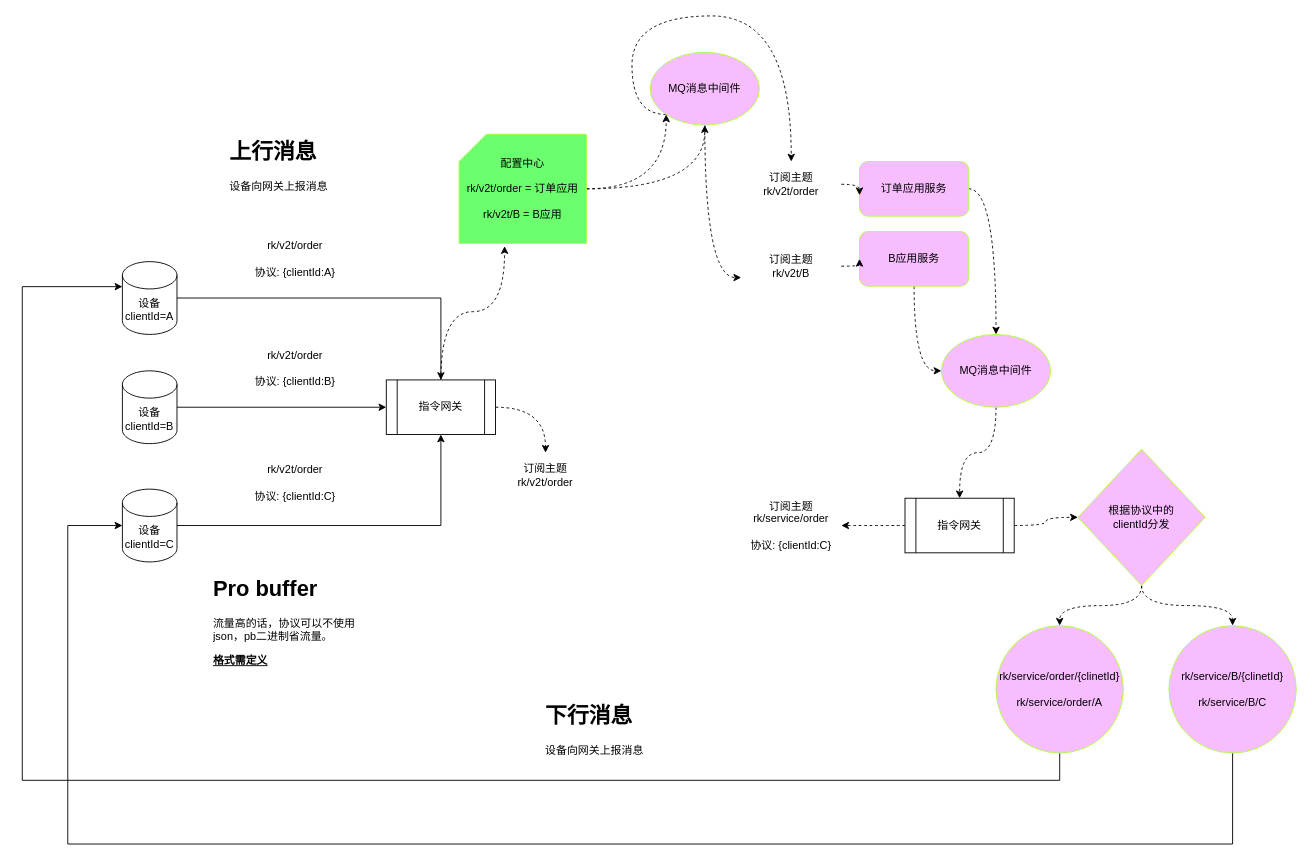
Earlier version of the draw.io diagram Untitled Diagram.drawio (yyyybo/diagrams). Source tidied: cells renumbered, new cells numbered last; positions are measured from the earlier drawing's top-left corner, leaving out a move shared by most shapes. Both pictures are drawn from the tidied source at 91%, with x=0, y=0 at pixel (22, 15).
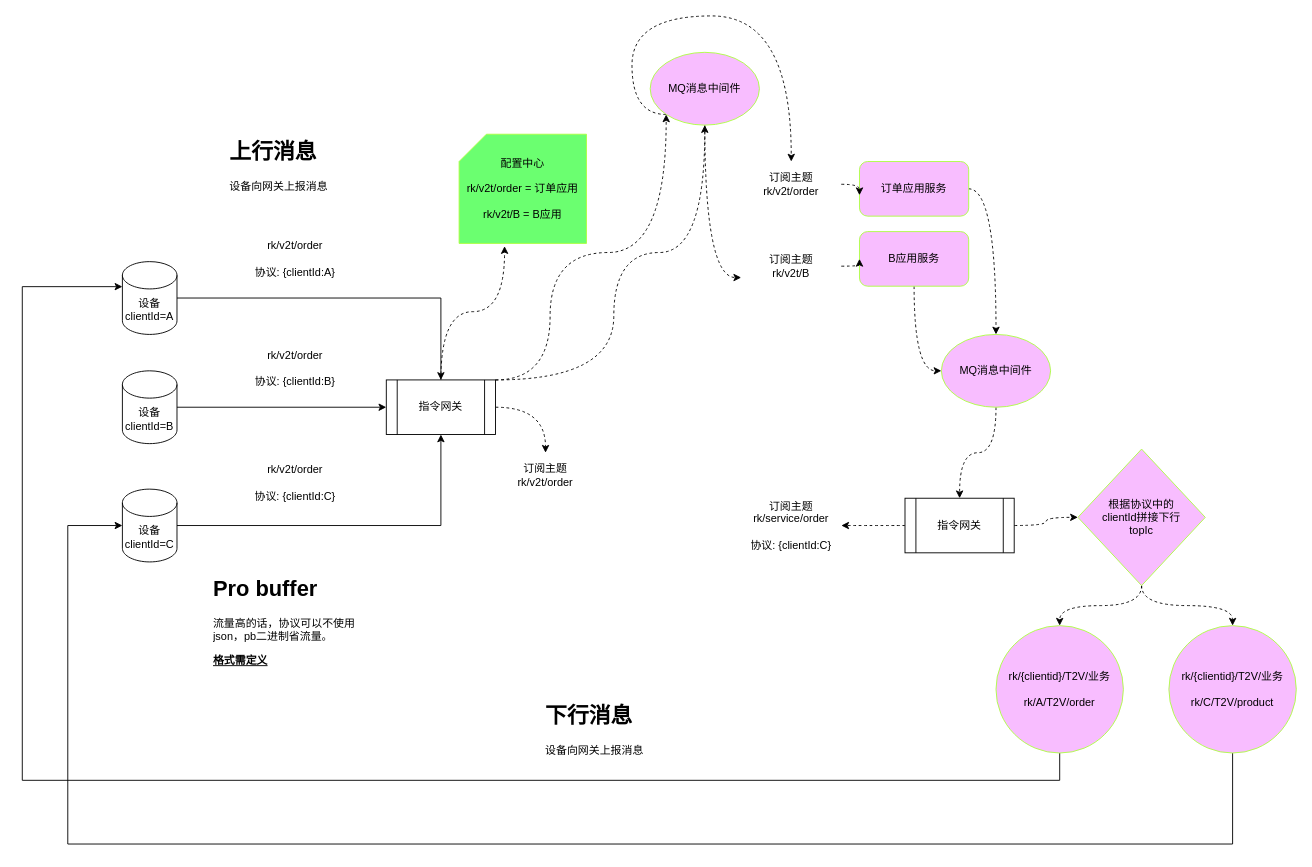
The same page after the edit.

Unchanged cells that the change refers to:
```xml
<mxCell id="10" value="指令网关" style="shape=process;whiteSpace=wrap;html=1;backgroundOutline=1;" parent="1" vertex="1">
  <mxGeometry x="400" y="400" width="120" height="60" as="geometry" />
</mxCell>
<mxCell id="18" value="&lt;span&gt;配置中心&lt;br&gt;&lt;br&gt;&lt;/span&gt;rk/v2t/order = 订单应用&lt;br&gt;&lt;span&gt;&lt;br&gt;&lt;/span&gt;rk/v2t/B = B应用&lt;span&gt;&lt;br&gt;&lt;/span&gt;" style="shape=card;whiteSpace=wrap;html=1;strokeColor=#ADFF42;fillColor=#6BFF70;" parent="1" vertex="1">
  <mxGeometry x="480" y="130" width="140" height="120" as="geometry" />
</mxCell>
<mxCell id="31" value="MQ消息中间件" style="ellipse;whiteSpace=wrap;html=1;strokeColor=#ADFF42;fillColor=#F8BDFF;" parent="1" vertex="1">
  <mxGeometry x="690" y="40" width="120" height="80" as="geometry" />
</mxCell>
```

The edit, as a diff of the source:
```diff
@@
-    <mxCell id="16" style="edgeStyle=orthogonalEdgeStyle;curved=1;rounded=0;jettySize=auto;html=1;dashed=1;entryX=0.5;entryY=1;entryDx=0;entryDy=0;" parent="1" edge="1" source="18" target="31">
-      <mxGeometry relative="1" as="geometry" />
+    <mxCell id="16" style="edgeStyle=orthogonalEdgeStyle;curved=1;rounded=0;jettySize=auto;html=1;dashed=1;entryX=0.5;entryY=1;entryDx=0;entryDy=0;exitX=1;exitY=0;exitDx=0;exitDy=0;" parent="1" edge="1" source="10" target="31">
+      <mxGeometry relative="1" as="geometry">
+        <Array as="points">
+          <mxPoint x="650" y="400" />
+          <mxPoint x="650" y="260" />
+          <mxPoint x="750" y="260" />
+        </Array>
+      </mxGeometry>
     </mxCell>
-    <mxCell id="17" style="edgeStyle=orthogonalEdgeStyle;curved=1;rounded=0;jettySize=auto;html=1;entryX=0;entryY=1;entryDx=0;entryDy=0;dashed=1;" parent="1" edge="1" source="18" target="31">
-      <mxGeometry relative="1" as="geometry" />
+    <mxCell id="17" style="edgeStyle=orthogonalEdgeStyle;curved=1;rounded=0;jettySize=auto;html=1;entryX=0;entryY=1;entryDx=0;entryDy=0;dashed=1;exitX=1;exitY=0;exitDx=0;exitDy=0;" parent="1" edge="1" source="10" target="31">
+      <mxGeometry relative="1" as="geometry">
+        <Array as="points">
+          <mxPoint x="580" y="400" />
+          <mxPoint x="580" y="260" />
+          <mxPoint x="708" y="260" />
+        </Array>
+      </mxGeometry>
     </mxCell>
@@
-    <mxCell id="40" value="根据协议中的&lt;br&gt;clientId分发" style="rhombus;whiteSpace=wrap;html=1;strokeColor=#ADFF42;fillColor=#F8BDFF;" parent="1" vertex="1">
+    <mxCell id="40" value="根据协议中的&lt;br&gt;clientId拼接下行&lt;br&gt;topIc" style="rhombus;whiteSpace=wrap;html=1;strokeColor=#ADFF42;fillColor=#F8BDFF;" parent="1" vertex="1">
       <mxGeometry x="1160" y="476" width="140" height="150" as="geometry" />
     </mxCell>
@@
-    <mxCell id="42" value="&lt;span&gt;rk/&lt;/span&gt;service&lt;span&gt;/order/{clinetId}&lt;br&gt;&lt;br&gt;&lt;/span&gt;rk/service/order/A" style="ellipse;whiteSpace=wrap;html=1;strokeColor=#ADFF42;fillColor=#F8BDFF;" parent="1" vertex="1">
+    <mxCell id="42" value="&lt;span&gt;rk/{clientid}/T2V/业务&lt;br&gt;&lt;br&gt;&lt;/span&gt;rk/A/T2V/order" style="ellipse;whiteSpace=wrap;html=1;strokeColor=#ADFF42;fillColor=#F8BDFF;" parent="1" vertex="1">
       <mxGeometry x="1070" y="670" width="140" height="140" as="geometry" />
     </mxCell>
@@
-    <mxCell id="44" value="&lt;span&gt;rk/&lt;/span&gt;service&lt;span&gt;/B/{clinetId}&lt;br&gt;&lt;br&gt;&lt;/span&gt;rk/service/B/C&lt;span&gt;&lt;br&gt;&lt;/span&gt;" style="ellipse;whiteSpace=wrap;html=1;strokeColor=#ADFF42;fillColor=#F8BDFF;" parent="1" vertex="1">
+    <mxCell id="44" value="&lt;span&gt;rk/{clientid}/T2V/业务&lt;br&gt;&lt;br&gt;&lt;/span&gt;rk/C/T2V/product&lt;span&gt;&lt;br&gt;&lt;/span&gt;" style="ellipse;whiteSpace=wrap;html=1;strokeColor=#ADFF42;fillColor=#F8BDFF;" parent="1" vertex="1">
       <mxGeometry x="1260" y="670" width="140" height="140" as="geometry" />
     </mxCell>
```
